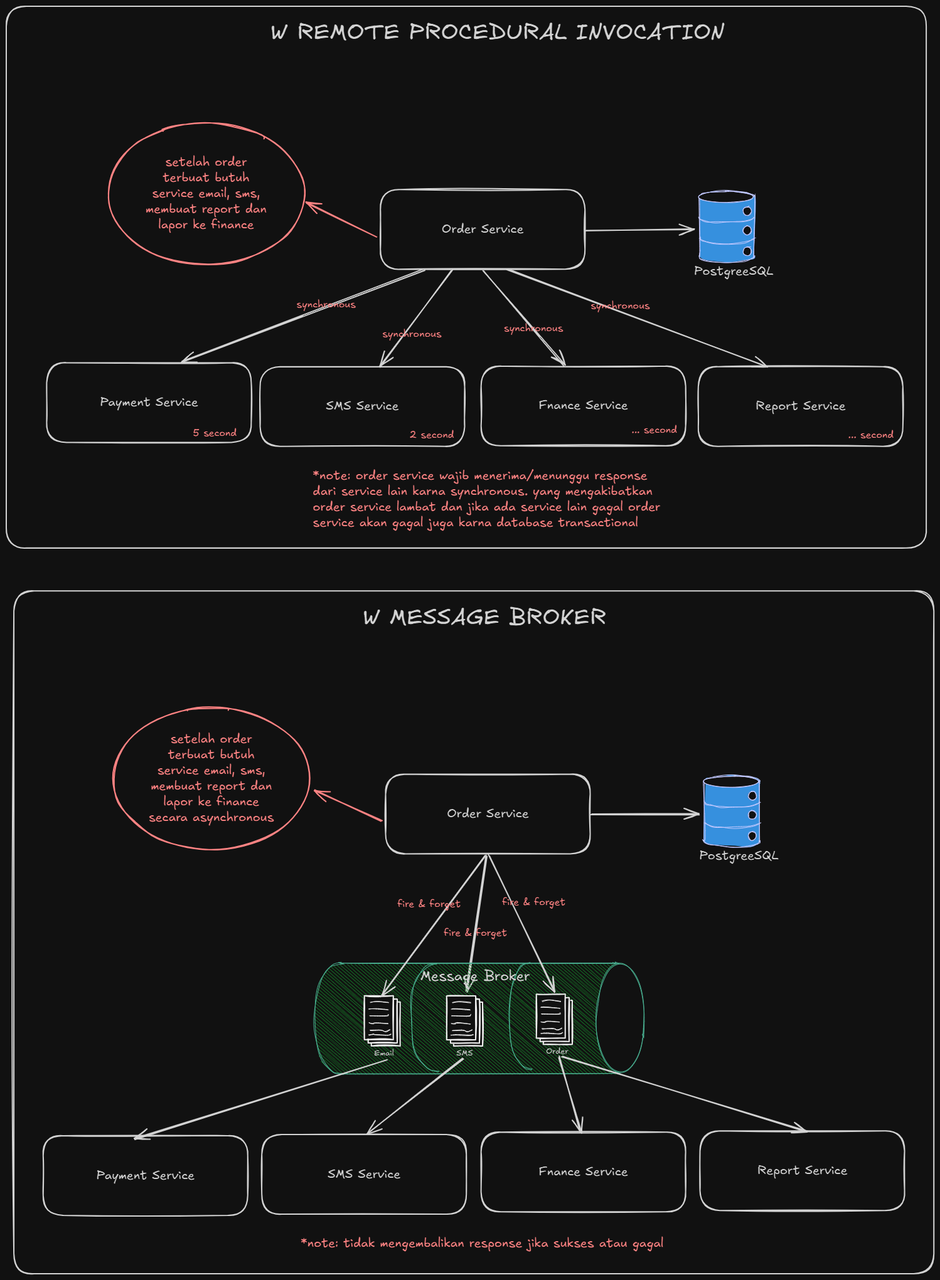
Above: arch/messagging.excalidraw.png in RIOKOWI/microservices-architecture (Excalidraw), before the change. Source tidied: one line per element, renumbered; positions are measured from the earlier drawing's top-left corner, leaving out a move shared by most shapes.
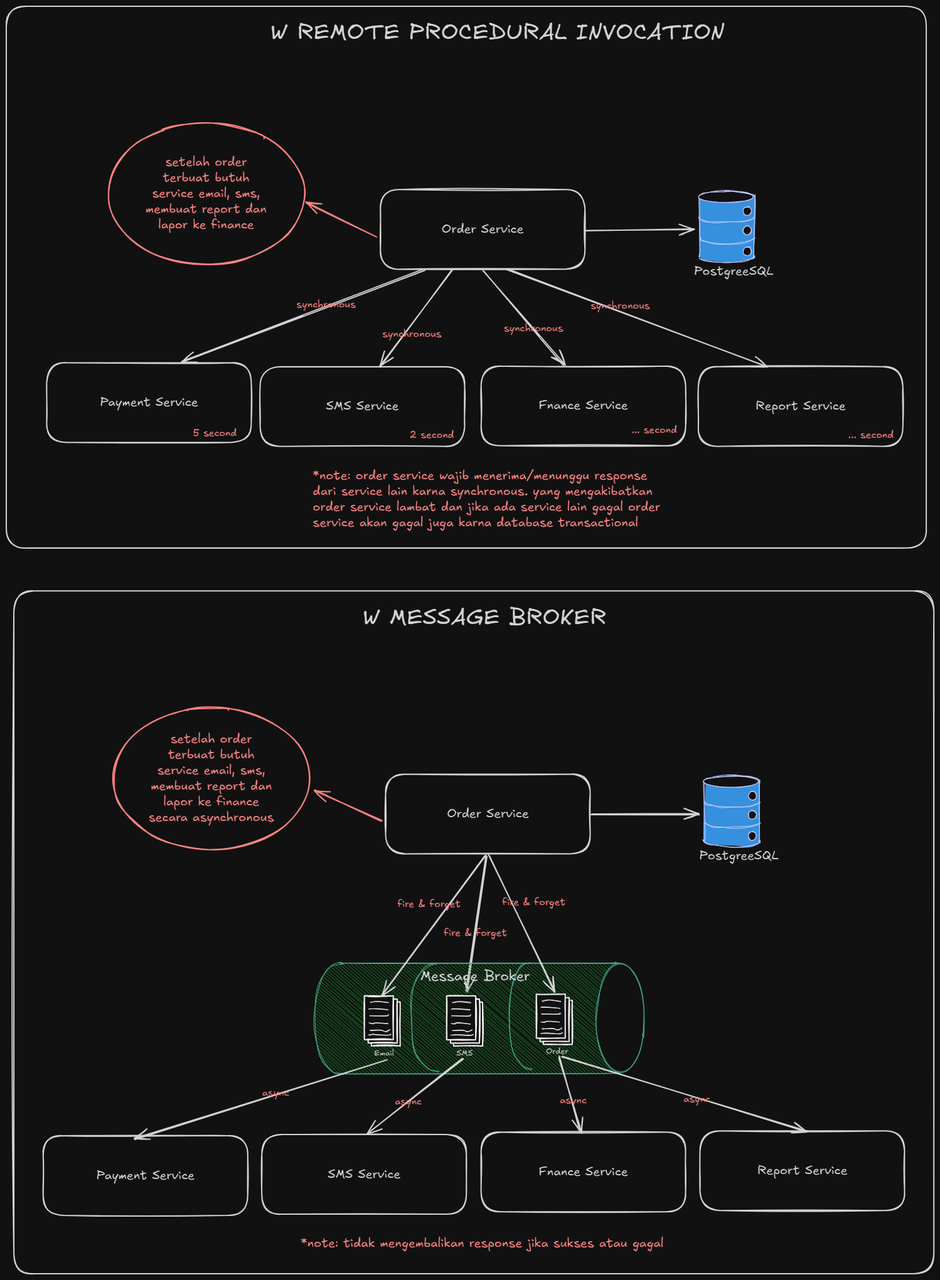
Above is the later version.

Change to the diagram source:
```diff
@@ -105,3 +105,7 @@
 {"id": 104, "type": "text", "text": " 2 second", "strokeColor": "#e03131", "strokeWidth": 2, "roughness": 1, "fontSize": 16, "fontFamily": 5, "x": 636, "y": 674, "width": 77, "height": 20}
 {"id": 105, "type": "text", "text": " ... second", "strokeColor": "#e03131", "strokeWidth": 2, "roughness": 1, "fontSize": 16, "fontFamily": 5, "x": 990, "y": 666, "width": 79, "height": 20}
 {"id": 106, "type": "text", "text": " ... second", "strokeColor": "#e03131", "strokeWidth": 2, "roughness": 1, "fontSize": 16, "fontFamily": 5, "x": 1335, "y": 674, "width": 79, "height": 20}
+{"id": 107, "type": "text", "text": "async", "strokeColor": "#e03131", "strokeWidth": 2, "roughness": 1, "fontSize": 16, "fontFamily": 5, "x": 882, "y": 1735, "width": 43, "height": 20}
+{"id": 108, "type": "text", "text": "async", "strokeColor": "#e03131", "strokeWidth": 2, "roughness": 1, "fontSize": 16, "fontFamily": 5, "x": 1079, "y": 1733, "width": 43, "height": 20}
+{"id": 109, "type": "text", "text": "async", "strokeColor": "#e03131", "strokeWidth": 2, "roughness": 1, "fontSize": 16, "fontFamily": 5, "x": 619, "y": 1737, "width": 43, "height": 20}
+{"id": 110, "type": "text", "text": "async", "strokeColor": "#e03131", "strokeWidth": 2, "roughness": 1, "fontSize": 16, "fontFamily": 5, "x": 408, "y": 1723, "width": 43, "height": 20}
```
